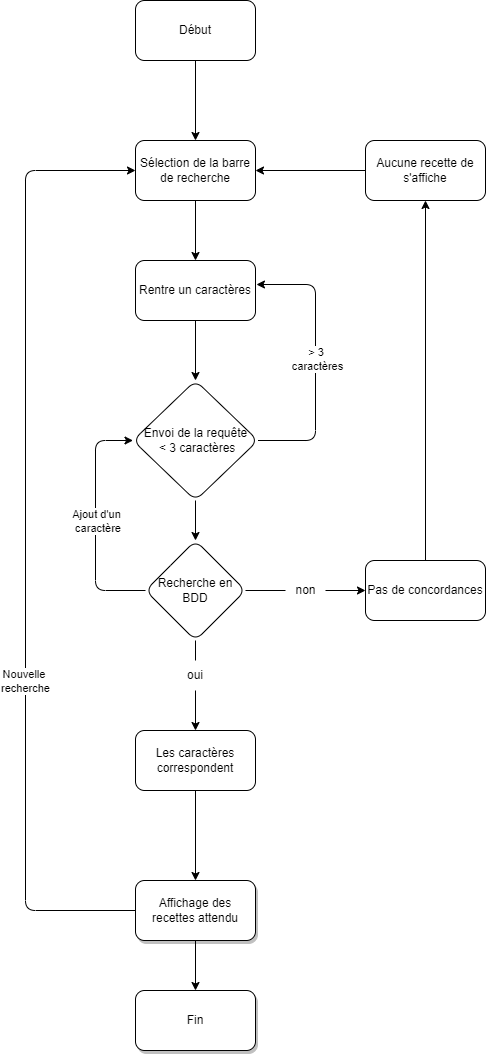
This is public/docs/P07 Search BDD-Page-1.drawio.png from Yan-Coquoz/P07-front-end_search-engine, a draw.io export, as it was before one commit. Source tidied: cells renumbered, new cells last; positions are measured from the earlier drawing's top-left corner, leaving out a move shared by most shapes. Source of this version:
```xml
<mxGraphModel shadow="1">
  <root>
    <mxCell id="0" />
    <mxCell id="1" parent="0" />
    <mxCell id="2" style="edgeStyle=orthogonalEdgeStyle;jettySize=auto;html=1;" parent="1" edge="1" source="3" target="5">
      <mxGeometry relative="1" as="geometry" />
    </mxCell>
    <mxCell id="3" value="Début" style="whiteSpace=wrap;html=1;rounded=1;" parent="1" vertex="1">
      <mxGeometry x="110" width="120" height="60" as="geometry" />
    </mxCell>
    <mxCell id="4" style="edgeStyle=orthogonalEdgeStyle;jettySize=auto;html=1;" parent="1" edge="1" source="5" target="7">
      <mxGeometry relative="1" as="geometry" />
    </mxCell>
    <mxCell id="5" value="Sélection de la barre de recherche" style="whiteSpace=wrap;html=1;rounded=1;" parent="1" vertex="1">
      <mxGeometry x="110" y="140" width="120" height="60" as="geometry" />
    </mxCell>
    <mxCell id="6" style="edgeStyle=orthogonalEdgeStyle;jettySize=auto;html=1;" parent="1" edge="1" source="7" target="26">
      <mxGeometry relative="1" as="geometry" />
    </mxCell>
    <mxCell id="7" value="Rentre un caractères" style="whiteSpace=wrap;html=1;rounded=1;" parent="1" vertex="1">
      <mxGeometry x="110" y="260" width="120" height="60" as="geometry" />
    </mxCell>
    <mxCell id="8" style="edgeStyle=orthogonalEdgeStyle;jettySize=auto;html=1;startArrow=none;" parent="1" edge="1" source="29" target="14">
      <mxGeometry relative="1" as="geometry" />
    </mxCell>
    <mxCell id="9" style="edgeStyle=orthogonalEdgeStyle;jettySize=auto;html=1;startArrow=none;" parent="1" edge="1" source="27">
      <mxGeometry relative="1" as="geometry">
        <mxPoint x="340" y="590" as="targetPoint" />
        <Array as="points">
          <mxPoint x="260" y="590" />
          <mxPoint x="260" y="590" />
        </Array>
      </mxGeometry>
    </mxCell>
    <mxCell id="10" style="edgeStyle=orthogonalEdgeStyle;rounded=1;jettySize=auto;html=1;entryX=0;entryY=0.5;entryDx=0;entryDy=0;" parent="1" edge="1" source="12" target="26">
      <mxGeometry relative="1" as="geometry">
        <Array as="points">
          <mxPoint x="70" y="590" />
          <mxPoint x="70" y="440" />
        </Array>
      </mxGeometry>
    </mxCell>
    <mxCell id="11" value="Ajout d'un&lt;br&gt;&amp;nbsp;caractère" style="edgeLabel;html=1;align=center;verticalAlign=middle;" parent="10" vertex="1">
      <mxGeometry x="0.17" y="8" relative="1" as="geometry">
        <mxPoint x="8" y="19" as="offset" />
      </mxGeometry>
    </mxCell>
    <mxCell id="12" value="Recherche en BDD" style="rhombus;whiteSpace=wrap;html=1;rounded=1;" parent="1" vertex="1">
      <mxGeometry x="120" y="540" width="100" height="100" as="geometry" />
    </mxCell>
    <mxCell id="13" style="edgeStyle=orthogonalEdgeStyle;jettySize=auto;html=1;" parent="1" edge="1" source="14" target="18">
      <mxGeometry relative="1" as="geometry" />
    </mxCell>
    <mxCell id="14" value="Les caractères correspondent" style="whiteSpace=wrap;html=1;rounded=1;" parent="1" vertex="1">
      <mxGeometry x="110" y="730" width="120" height="60" as="geometry" />
    </mxCell>
    <mxCell id="15" style="edgeStyle=orthogonalEdgeStyle;jettySize=auto;html=1;entryX=0;entryY=0.5;entryDx=0;entryDy=0;exitX=0;exitY=0.5;exitDx=0;exitDy=0;" parent="1" edge="1" source="18" target="5">
      <mxGeometry relative="1" as="geometry">
        <Array as="points">
          <mxPoint y="910" />
          <mxPoint y="170" />
        </Array>
      </mxGeometry>
    </mxCell>
    <mxCell id="16" value="Nouvelle &lt;br&gt;recherche" style="edgeLabel;html=1;align=center;verticalAlign=middle;" parent="15" vertex="1">
      <mxGeometry x="-0.29" y="1" relative="1" as="geometry" />
    </mxCell>
    <mxCell id="17" style="edgeStyle=orthogonalEdgeStyle;rounded=0;jettySize=auto;html=1;" parent="1" edge="1" source="18" target="31">
      <mxGeometry relative="1" as="geometry" />
    </mxCell>
    <mxCell id="18" value="Affichage des recettes attendu" style="whiteSpace=wrap;html=1;shadow=1;rounded=1;" parent="1" vertex="1">
      <mxGeometry x="110" y="880" width="120" height="60" as="geometry" />
    </mxCell>
    <mxCell id="19" style="edgeStyle=orthogonalEdgeStyle;orthogonalLoop=1;jettySize=auto;html=1;" parent="1" edge="1">
      <mxGeometry relative="1" as="geometry">
        <mxPoint x="400" y="560" as="sourcePoint" />
        <mxPoint x="400" y="200" as="targetPoint" />
      </mxGeometry>
    </mxCell>
    <mxCell id="20" value="Pas de concordances" style="whiteSpace=wrap;html=1;rounded=1;" parent="1" vertex="1">
      <mxGeometry x="340" y="560" width="120" height="60" as="geometry" />
    </mxCell>
    <mxCell id="21" style="edgeStyle=orthogonalEdgeStyle;jettySize=auto;html=1;" parent="1" edge="1" target="5">
      <mxGeometry relative="1" as="geometry">
        <mxPoint x="340" y="170" as="sourcePoint" />
      </mxGeometry>
    </mxCell>
    <mxCell id="22" value="Aucune recette de s'affiche" style="whiteSpace=wrap;html=1;rounded=1;" parent="1" vertex="1">
      <mxGeometry x="340" y="140" width="120" height="60" as="geometry" />
    </mxCell>
    <mxCell id="23" style="edgeStyle=orthogonalEdgeStyle;jettySize=auto;html=1;" parent="1" edge="1" source="26" target="12">
      <mxGeometry relative="1" as="geometry" />
    </mxCell>
    <mxCell id="24" style="edgeStyle=orthogonalEdgeStyle;rounded=1;jettySize=auto;html=1;entryX=1.008;entryY=0.4;entryDx=0;entryDy=0;entryPerimeter=0;startArrow=none;exitX=1;exitY=0.5;exitDx=0;exitDy=0;" parent="1" edge="1" source="26" target="7">
      <mxGeometry relative="1" as="geometry">
        <Array as="points">
          <mxPoint x="290" y="440" />
          <mxPoint x="290" y="284" />
        </Array>
      </mxGeometry>
    </mxCell>
    <mxCell id="25" value="&amp;gt; 3&amp;nbsp;&lt;br&gt;caractères" style="edgeLabel;html=1;align=center;verticalAlign=middle;" parent="24" vertex="1">
      <mxGeometry x="0.12" y="-1" relative="1" as="geometry">
        <mxPoint y="14" as="offset" />
      </mxGeometry>
    </mxCell>
    <mxCell id="26" value="Envoi de la requête&lt;br&gt;&amp;nbsp;&amp;lt; 3 caractères" style="rhombus;whiteSpace=wrap;html=1;rounded=1;" parent="1" vertex="1">
      <mxGeometry x="107.5" y="380" width="125" height="120" as="geometry" />
    </mxCell>
    <mxCell id="27" value="non" style="text;html=1;align=center;verticalAlign=middle;points=[];strokeColor=none;fillColor=none;rounded=1;" parent="1" vertex="1">
      <mxGeometry x="260" y="580" width="40" height="20" as="geometry" />
    </mxCell>
    <mxCell id="28" style="edgeStyle=orthogonalEdgeStyle;jettySize=auto;html=1;endArrow=none;" parent="1" edge="1" source="12" target="27">
      <mxGeometry relative="1" as="geometry">
        <Array as="points">
          <mxPoint x="260" y="590" />
          <mxPoint x="260" y="590" />
        </Array>
      </mxGeometry>
    </mxCell>
    <mxCell id="29" value="oui" style="text;html=1;strokeColor=none;fillColor=none;align=center;verticalAlign=middle;whiteSpace=wrap;rounded=1;" parent="1" vertex="1">
      <mxGeometry x="140" y="660" width="60" height="30" as="geometry" />
    </mxCell>
    <mxCell id="30" style="edgeStyle=orthogonalEdgeStyle;jettySize=auto;html=1;endArrow=none;" parent="1" edge="1" source="12" target="29">
      <mxGeometry relative="1" as="geometry" />
    </mxCell>
    <mxCell id="31" value="Fin" style="whiteSpace=wrap;html=1;shadow=1;rounded=1;" parent="1" vertex="1">
      <mxGeometry x="110" y="990" width="120" height="60" as="geometry" />
    </mxCell>
  </root>
</mxGraphModel>
```
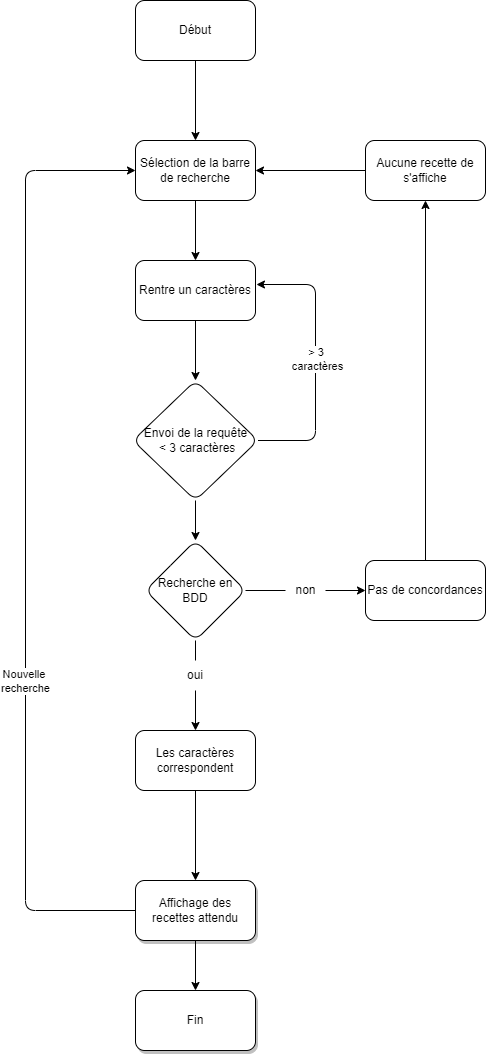
Above is the later version.

The edit, as a diff of the source:
```diff
@@ -32,19 +32,6 @@
         </Array>
       </mxGeometry>
     </mxCell>
-    <mxCell id="10" style="edgeStyle=orthogonalEdgeStyle;rounded=1;jettySize=auto;html=1;entryX=0;entryY=0.5;entryDx=0;entryDy=0;" parent="1" edge="1" source="12" target="26">
-      <mxGeometry relative="1" as="geometry">
-        <Array as="points">
-          <mxPoint x="70" y="590" />
-          <mxPoint x="70" y="440" />
-        </Array>
-      </mxGeometry>
-    </mxCell>
-    <mxCell id="11" value="Ajout d'un&lt;br&gt;&amp;nbsp;caractère" style="edgeLabel;html=1;align=center;verticalAlign=middle;" parent="10" vertex="1">
-      <mxGeometry x="0.17" y="8" relative="1" as="geometry">
-        <mxPoint x="8" y="19" as="offset" />
-      </mxGeometry>
-    </mxCell>
     <mxCell id="12" value="Recherche en BDD" style="rhombus;whiteSpace=wrap;html=1;rounded=1;" parent="1" vertex="1">
       <mxGeometry x="120" y="540" width="100" height="100" as="geometry" />
     </mxCell>
```
